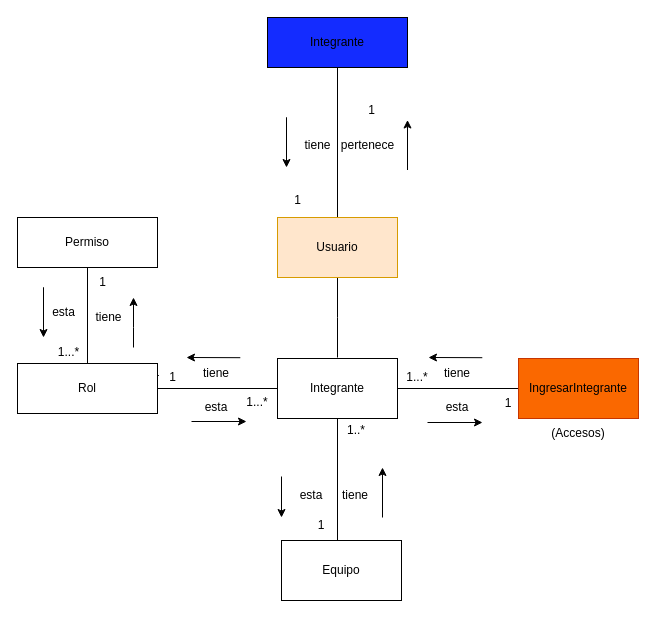
Migue1409-KP/DOO-working-group keeps this draw.io diagram as page "AnemicModelTeams" (7 of 13) of CoTasker_BoundedContext.drawio. Above is the earlier version. Source tidied: cells renumbered, new cells numbered last; positions are measured from the earlier drawing's top-left corner, leaving out a move shared by most shapes. Both pictures are drawn from the tidied source at 100%, with x=0, y=0 at pixel (17, 17).
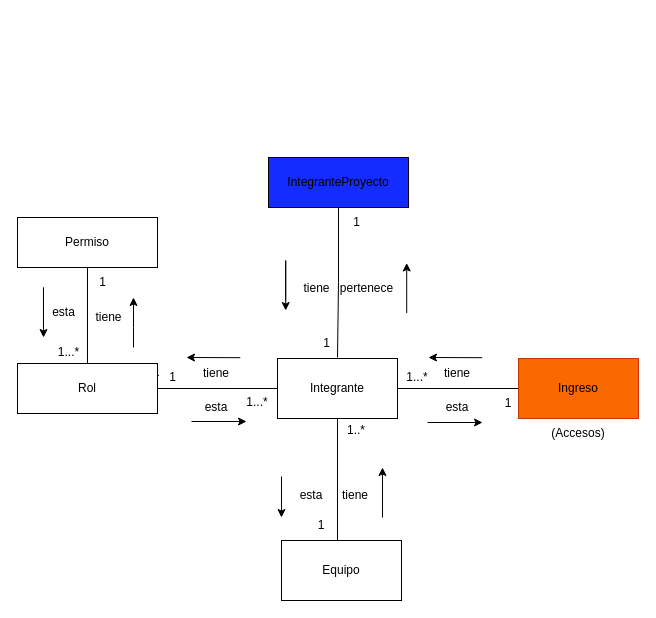
After the change.

Change to the diagram source:
```diff
@@
-    <mxCell id="19" value="IngresarIntegrante" style="rounded=0;whiteSpace=wrap;html=1;fillColor=#fa6800;fontColor=#000000;strokeColor=#C73500;" parent="1" vertex="1">
+    <mxCell id="19" value="Ingreso" style="rounded=0;whiteSpace=wrap;html=1;fillColor=#fa6800;fontColor=#000000;strokeColor=#C73500;" parent="1" vertex="1">
       <mxGeometry x="501" y="341" width="120" height="60" as="geometry" />
     </mxCell>
@@
-    <mxCell id="36" value="Integrante" style="rounded=0;whiteSpace=wrap;html=1;fillColor=#142CFF;" parent="1" vertex="1">
-      <mxGeometry x="250" width="140" height="50" as="geometry" />
+    <mxCell id="36" value="IntegranteProyecto" style="rounded=0;whiteSpace=wrap;html=1;fillColor=#142CFF;" parent="1" vertex="1">
+      <mxGeometry x="251" y="140" width="140" height="50" as="geometry" />
     </mxCell>
@@
-    <mxCell id="38" style="edgeStyle=orthogonalEdgeStyle;rounded=0;jettySize=auto;html=1;exitX=0.5;exitY=1;exitDx=0;exitDy=0;endArrow=none;endFill=0;" parent="1" edge="1" source="40">
+    <mxCell id="38" style="edgeStyle=orthogonalEdgeStyle;rounded=0;jettySize=auto;html=1;endArrow=none;endFill=0;" parent="1" edge="1" source="36">
       <mxGeometry relative="1" as="geometry">
         <mxPoint x="320" y="340" as="targetPoint" />
       </mxGeometry>
     </mxCell>
-    <mxCell id="39" style="edgeStyle=orthogonalEdgeStyle;rounded=0;jettySize=auto;html=1;entryX=0.5;entryY=1;entryDx=0;entryDy=0;endArrow=none;endFill=0;" parent="1" edge="1" source="40" target="36">
-      <mxGeometry relative="1" as="geometry" />
-    </mxCell>
-    <mxCell id="40" value="Usuario" style="rounded=0;whiteSpace=wrap;html=1;fillColor=#ffe6cc;strokeColor=#d79b00;" parent="1" vertex="1">
-      <mxGeometry x="260" y="200" width="120" height="60" as="geometry" />
-    </mxCell>
     <mxCell id="41" style="endArrow=classic;html=1;rounded=0;" parent="1" edge="1">
       <mxGeometry relative="1" as="geometry">
-        <mxPoint x="390" y="152.5" as="sourcePoint" />
-        <mxPoint x="390" y="102.5" as="targetPoint" />
+        <mxPoint x="389.2" y="295.5" as="sourcePoint" />
+        <mxPoint x="389.2" y="245.5" as="targetPoint" />
         <Array as="points">
-          <mxPoint x="390" y="132.5" />
+          <mxPoint x="389.2" y="275.5" />
         </Array>
       </mxGeometry>
     </mxCell>
     <mxCell id="42" value="tiene&lt;br&gt;" style="text;html=1;align=center;verticalAlign=middle;strokeColor=none;fillColor=none;" parent="1" vertex="1">
-      <mxGeometry x="274.5" y="112.5" width="50" height="30" as="geometry" />
+      <mxGeometry x="273.7" y="255.5" width="50" height="30" as="geometry" />
     </mxCell>
     <mxCell id="43" value="pertenece" style="text;html=1;align=center;verticalAlign=middle;strokeColor=none;fillColor=none;" parent="1" vertex="1">
-      <mxGeometry x="310" y="112.5" width="80" height="30" as="geometry" />
+      <mxGeometry x="309.2" y="255.5" width="80" height="30" as="geometry" />
     </mxCell>
     <mxCell id="44" style="endArrow=classic;html=1;rounded=0;" parent="1" edge="1">
       <mxGeometry relative="1" as="geometry">
-        <mxPoint x="269" y="140" as="sourcePoint" />
-        <mxPoint x="269" y="150" as="targetPoint" />
+        <mxPoint x="268.2" y="283" as="sourcePoint" />
+        <mxPoint x="268.2" y="293" as="targetPoint" />
         <Array as="points">
-          <mxPoint x="269" y="100" />
+          <mxPoint x="268.2" y="243" />
         </Array>
       </mxGeometry>
     </mxCell>
     <mxCell id="45" value="1" style="text;html=1;align=center;verticalAlign=middle;strokeColor=none;fillColor=none;" parent="1" vertex="1">
-      <mxGeometry x="338.5" y="77.5" width="30" height="30" as="geometry" />
+      <mxGeometry x="324" y="190" width="30" height="30" as="geometry" />
     </mxCell>
     <mxCell id="46" value="1" style="text;html=1;align=center;verticalAlign=middle;strokeColor=none;fillColor=none;" parent="1" vertex="1">
-      <mxGeometry x="265" y="168" width="30" height="30" as="geometry" />
+      <mxGeometry x="294" y="311" width="30" height="30" as="geometry" />
     </mxCell>
```
